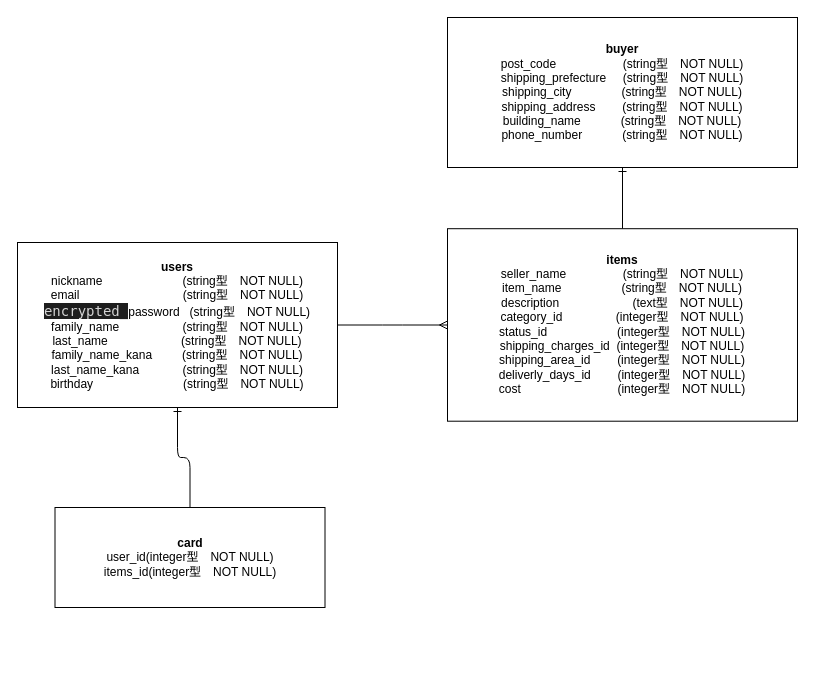
Earlier version of the draw.io diagram app/er.drawio (kyock-lee/furima-34464). Source tidied: cells renumbered, new cells numbered last; positions are measured from the earlier drawing's top-left corner, leaving out a move shared by most shapes. Both pictures are drawn from the tidied source at 100%, with x=0, y=0 at pixel (17, 17).
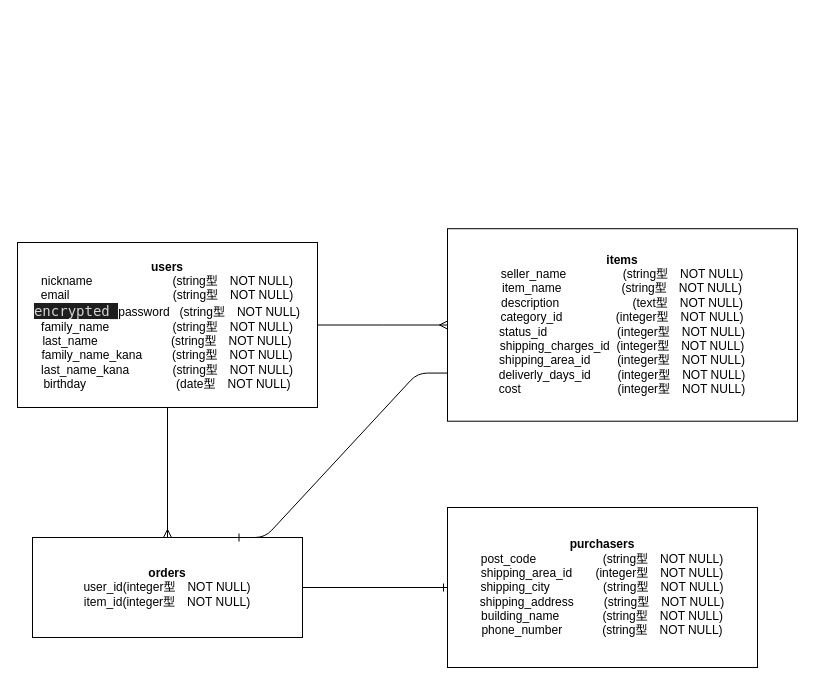
Above is the later version.

Commit message (it also covers changes not shown here):
データベース設計(修正2)

The edit, as a diff of the source:
```diff
@@
 <mxGraphModel>
   <root>
     <mxCell id="0" />
     <mxCell id="1" parent="0" />
-    <mxCell id="2" style="edgeStyle=orthogonalEdgeStyle;rounded=1;jettySize=auto;html=1;endArrow=ERmany;endFill=0;" parent="1" edge="1" source="3" target="5">
+    <mxCell id="2" style="edgeStyle=orthogonalEdgeStyle;rounded=0;jettySize=auto;html=1;exitX=1;exitY=0.5;exitDx=0;exitDy=0;endArrow=ERmany;endFill=0;" parent="1" edge="1" source="3" target="5">
       <mxGeometry relative="1" as="geometry" />
     </mxCell>
+    <mxCell id="9" style="edgeStyle=orthogonalEdgeStyle;rounded=0;jettySize=auto;html=1;entryX=0.5;entryY=0;entryDx=0;entryDy=0;endArrow=ERmany;endFill=0;" parent="1" edge="1" source="3" target="8">
+      <mxGeometry relative="1" as="geometry" />
+    </mxCell>
-    <mxCell id="3" value="&lt;b&gt;users&lt;/b&gt;&lt;br&gt;nickname&amp;nbsp; &amp;nbsp; &amp;nbsp; &amp;nbsp; &amp;nbsp; &amp;nbsp; &amp;nbsp; &amp;nbsp; &amp;nbsp; &amp;nbsp; &amp;nbsp; &amp;nbsp; (string型　NOT NULL)&lt;br&gt;email&amp;nbsp; &amp;nbsp; &amp;nbsp; &amp;nbsp; &amp;nbsp; &amp;nbsp; &amp;nbsp; &amp;nbsp; &amp;nbsp; &amp;nbsp; &amp;nbsp; &amp;nbsp; &amp;nbsp; &amp;nbsp; &amp;nbsp; &amp;nbsp;(string型　NOT NULL)&lt;br&gt;&lt;span style=&quot;background-color: rgb(30 , 30 , 30) ; color: rgb(212 , 212 , 212) ; font-family: &amp;#34;ricty diminished&amp;#34; , &amp;#34;menlo&amp;#34; , &amp;#34;monaco&amp;#34; , &amp;#34;courier new&amp;#34; , monospace ; font-size: 14px&quot;&gt;encrypted_&lt;/span&gt;password&amp;nbsp; &amp;nbsp;(string型　NOT NULL)&lt;br&gt;family_name&amp;nbsp; &amp;nbsp; &amp;nbsp; &amp;nbsp; &amp;nbsp; &amp;nbsp; &amp;nbsp; &amp;nbsp; &amp;nbsp; &amp;nbsp;(string型　NOT NULL)&lt;br&gt;last_name&amp;nbsp; &amp;nbsp; &amp;nbsp; &amp;nbsp; &amp;nbsp; &amp;nbsp; &amp;nbsp; &amp;nbsp; &amp;nbsp; &amp;nbsp; &amp;nbsp; (string型　NOT NULL)&lt;br&gt;family_name_kana&amp;nbsp; &amp;nbsp; &amp;nbsp; &amp;nbsp; &amp;nbsp;(string型　NOT NULL)&lt;br&gt;last_name_kana&amp;nbsp; &amp;nbsp; &amp;nbsp; &amp;nbsp; &amp;nbsp; &amp;nbsp; &amp;nbsp;(string型　NOT NULL)&lt;br&gt;birthday&amp;nbsp; &amp;nbsp; &amp;nbsp; &amp;nbsp; &amp;nbsp; &amp;nbsp; &amp;nbsp; &amp;nbsp; &amp;nbsp; &amp;nbsp; &amp;nbsp; &amp;nbsp; &amp;nbsp; &amp;nbsp;(string型　NOT NULL)" style="rounded=0;whiteSpace=wrap;html=1;" parent="1" vertex="1">
-      <mxGeometry y="225" width="320" height="165" as="geometry" />
+    <mxCell id="3" value="&lt;b&gt;users&lt;/b&gt;&lt;br&gt;nickname&amp;nbsp; &amp;nbsp; &amp;nbsp; &amp;nbsp; &amp;nbsp; &amp;nbsp; &amp;nbsp; &amp;nbsp; &amp;nbsp; &amp;nbsp; &amp;nbsp; &amp;nbsp; (string型　NOT NULL)&lt;br&gt;email&amp;nbsp; &amp;nbsp; &amp;nbsp; &amp;nbsp; &amp;nbsp; &amp;nbsp; &amp;nbsp; &amp;nbsp; &amp;nbsp; &amp;nbsp; &amp;nbsp; &amp;nbsp; &amp;nbsp; &amp;nbsp; &amp;nbsp; &amp;nbsp;(string型　NOT NULL)&lt;br&gt;&lt;span style=&quot;background-color: rgb(30 , 30 , 30) ; color: rgb(212 , 212 , 212) ; font-family: &amp;#34;ricty diminished&amp;#34; , &amp;#34;menlo&amp;#34; , &amp;#34;monaco&amp;#34; , &amp;#34;courier new&amp;#34; , monospace ; font-size: 14px&quot;&gt;encrypted_&lt;/span&gt;password&amp;nbsp; &amp;nbsp;(string型　NOT NULL)&lt;br&gt;family_name&amp;nbsp; &amp;nbsp; &amp;nbsp; &amp;nbsp; &amp;nbsp; &amp;nbsp; &amp;nbsp; &amp;nbsp; &amp;nbsp; &amp;nbsp;(string型　NOT NULL)&lt;br&gt;last_name&amp;nbsp; &amp;nbsp; &amp;nbsp; &amp;nbsp; &amp;nbsp; &amp;nbsp; &amp;nbsp; &amp;nbsp; &amp;nbsp; &amp;nbsp; &amp;nbsp; (string型　NOT NULL)&lt;br&gt;family_name_kana&amp;nbsp; &amp;nbsp; &amp;nbsp; &amp;nbsp; &amp;nbsp;(string型　NOT NULL)&lt;br&gt;last_name_kana&amp;nbsp; &amp;nbsp; &amp;nbsp; &amp;nbsp; &amp;nbsp; &amp;nbsp; &amp;nbsp;(string型　NOT NULL)&lt;br&gt;birthday&amp;nbsp; &amp;nbsp; &amp;nbsp; &amp;nbsp; &amp;nbsp; &amp;nbsp; &amp;nbsp; &amp;nbsp; &amp;nbsp; &amp;nbsp; &amp;nbsp; &amp;nbsp; &amp;nbsp; &amp;nbsp;(date型　NOT NULL)" style="rounded=0;whiteSpace=wrap;html=1;" parent="1" vertex="1">
+      <mxGeometry y="225" width="300" height="165" as="geometry" />
     </mxCell>
-    <mxCell id="4" style="edgeStyle=orthogonalEdgeStyle;rounded=0;jettySize=auto;html=1;entryX=0.5;entryY=1;entryDx=0;entryDy=0;endArrow=ERone;endFill=0;" parent="1" edge="1" source="5" target="6">
-      <mxGeometry relative="1" as="geometry" />
-    </mxCell>
     <mxCell id="5" value="&lt;b&gt;items&lt;br&gt;&lt;/b&gt;seller_name&amp;nbsp; &amp;nbsp; &amp;nbsp; &amp;nbsp; &amp;nbsp; &amp;nbsp; &amp;nbsp; &amp;nbsp; &amp;nbsp;(string型　NOT NULL)&lt;br&gt;item_name&amp;nbsp; &amp;nbsp; &amp;nbsp; &amp;nbsp; &amp;nbsp; &amp;nbsp; &amp;nbsp; &amp;nbsp; &amp;nbsp; (string型　NOT NULL)&lt;br&gt;description&amp;nbsp; &amp;nbsp; &amp;nbsp; &amp;nbsp; &amp;nbsp; &amp;nbsp; &amp;nbsp; &amp;nbsp; &amp;nbsp; &amp;nbsp; &amp;nbsp; (text型　NOT NULL)&lt;br&gt;category_id&amp;nbsp; &amp;nbsp; &amp;nbsp; &amp;nbsp; &amp;nbsp; &amp;nbsp; &amp;nbsp; &amp;nbsp; (integer型　NOT NULL)&lt;br&gt;status_id&amp;nbsp; &amp;nbsp; &amp;nbsp; &amp;nbsp; &amp;nbsp; &amp;nbsp; &amp;nbsp; &amp;nbsp; &amp;nbsp; &amp;nbsp; &amp;nbsp;(integer型　NOT NULL)&lt;br&gt;shipping_charges_id&amp;nbsp; (integer型　NOT NULL)&lt;br&gt;shipping_area_id&amp;nbsp; &amp;nbsp; &amp;nbsp; &amp;nbsp; (integer型　NOT NULL)&lt;br&gt;deliverly_days_id&amp;nbsp; &amp;nbsp; &amp;nbsp; &amp;nbsp; (integer型　NOT NULL)&lt;br&gt;cost&amp;nbsp; &amp;nbsp; &amp;nbsp; &amp;nbsp; &amp;nbsp; &amp;nbsp; &amp;nbsp; &amp;nbsp; &amp;nbsp; &amp;nbsp; &amp;nbsp; &amp;nbsp; &amp;nbsp; &amp;nbsp; &amp;nbsp;(integer型　NOT NULL)" style="rounded=0;whiteSpace=wrap;html=1;" parent="1" vertex="1">
       <mxGeometry x="430" y="211.2" width="350" height="192.5" as="geometry" />
     </mxCell>
-    <mxCell id="6" value="&lt;b&gt;buyer&lt;/b&gt;&lt;br&gt;post_code&amp;nbsp; &amp;nbsp; &amp;nbsp; &amp;nbsp; &amp;nbsp; &amp;nbsp; &amp;nbsp; &amp;nbsp; &amp;nbsp; &amp;nbsp; (string型　NOT NULL)&lt;br&gt;shipping_prefecture&amp;nbsp; &amp;nbsp; &amp;nbsp;(string型　NOT NULL)&lt;br&gt;shipping_city&amp;nbsp; &amp;nbsp; &amp;nbsp; &amp;nbsp; &amp;nbsp; &amp;nbsp; &amp;nbsp; &amp;nbsp;(string型　NOT NULL)&lt;br&gt;shipping_address&amp;nbsp; &amp;nbsp; &amp;nbsp; &amp;nbsp; (string型　NOT NULL)&lt;br&gt;building_name&amp;nbsp; &amp;nbsp; &amp;nbsp; &amp;nbsp; &amp;nbsp; &amp;nbsp; (string型　NOT NULL)&lt;br&gt;phone_number&amp;nbsp; &amp;nbsp; &amp;nbsp; &amp;nbsp; &amp;nbsp; &amp;nbsp; (string型　NOT NULL)" style="rounded=0;whiteSpace=wrap;html=1;" parent="1" vertex="1">
-      <mxGeometry x="430" width="350" height="150" as="geometry" />
+    <mxCell id="6" value="&lt;b&gt;purchasers&lt;/b&gt;&lt;br&gt;post_code&amp;nbsp; &amp;nbsp; &amp;nbsp; &amp;nbsp; &amp;nbsp; &amp;nbsp; &amp;nbsp; &amp;nbsp; &amp;nbsp; &amp;nbsp; (string型　NOT NULL)&lt;br&gt;shipping_area_id&amp;nbsp; &amp;nbsp; &amp;nbsp; &amp;nbsp;(integer型　NOT NULL)&lt;br&gt;shipping_city&amp;nbsp; &amp;nbsp; &amp;nbsp; &amp;nbsp; &amp;nbsp; &amp;nbsp; &amp;nbsp; &amp;nbsp; (string型　NOT NULL)&lt;br&gt;shipping_address&amp;nbsp; &amp;nbsp; &amp;nbsp; &amp;nbsp; &amp;nbsp;(string型　NOT NULL)&lt;br&gt;building_name&amp;nbsp; &amp;nbsp; &amp;nbsp; &amp;nbsp; &amp;nbsp; &amp;nbsp; &amp;nbsp;(string型　NOT NULL)&lt;br&gt;phone_number&amp;nbsp; &amp;nbsp; &amp;nbsp; &amp;nbsp; &amp;nbsp; &amp;nbsp; (string型　NOT NULL)" style="rounded=0;whiteSpace=wrap;html=1;" parent="1" vertex="1">
+      <mxGeometry x="430" y="490" width="310" height="160" as="geometry" />
     </mxCell>
-    <mxCell id="7" style="edgeStyle=orthogonalEdgeStyle;rounded=1;jettySize=auto;html=1;entryX=0.5;entryY=1;entryDx=0;entryDy=0;endArrow=ERone;endFill=0;" parent="1" edge="1" source="8" target="3">
-      <mxGeometry relative="1" as="geometry" />
-    </mxCell>
+    <mxCell id="10" style="edgeStyle=orthogonalEdgeStyle;rounded=0;jettySize=auto;html=1;entryX=0;entryY=0.5;entryDx=0;entryDy=0;endArrow=ERone;endFill=0;" parent="1" edge="1" source="8" target="6">
+      <mxGeometry relative="1" as="geometry" />
+    </mxCell>
-    <mxCell id="8" value="&lt;b&gt;card&lt;/b&gt;&lt;br&gt;user_id(integer型　NOT NULL)&lt;br&gt;items_id(integer型　NOT NULL)" style="rounded=0;whiteSpace=wrap;html=1;" parent="1" vertex="1">
-      <mxGeometry x="37.5" y="490" width="270" height="100" as="geometry" />
+    <mxCell id="8" value="&lt;b&gt;orders&lt;/b&gt;&lt;br&gt;user_id(integer型　NOT NULL)&lt;br&gt;item_id(integer型　NOT NULL)" style="rounded=0;whiteSpace=wrap;html=1;" parent="1" vertex="1">
+      <mxGeometry x="15" y="520" width="270" height="100" as="geometry" />
     </mxCell>
+    <mxCell id="11" style="edgeStyle=entityRelationEdgeStyle;fontSize=12;html=1;endArrow=ERone;endFill=1;entryX=0.75;entryY=0;entryDx=0;entryDy=0;exitX=0;exitY=0.75;exitDx=0;exitDy=0;" parent="1" edge="1" source="5" target="8">
+      <mxGeometry relative="1" as="geometry" />
+    </mxCell>
   </root>
 </mxGraphModel>
```
